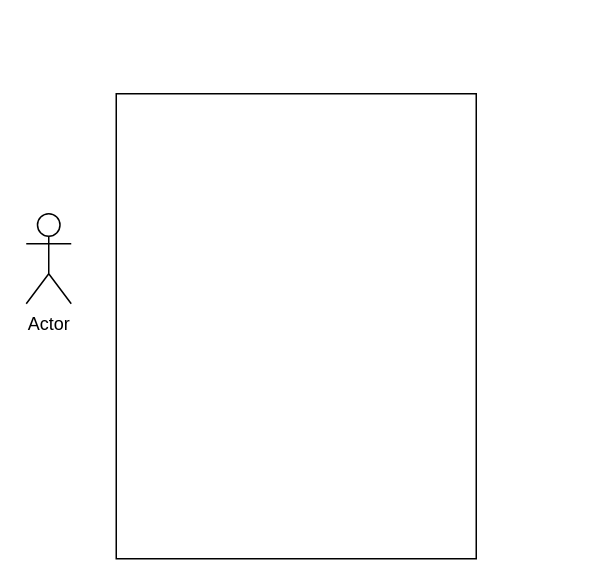
The draw.io diagram Untitled Diagram.drawio in CHUN983/nuk_assembly_project, before the edit. Source tidied: cells renumbered, new cells numbered last; positions are measured from the earlier drawing's top-left corner, leaving out a move shared by most shapes. Both pictures are drawn from the tidied source at 150%, with x=0, y=0 at pixel (26, 93).
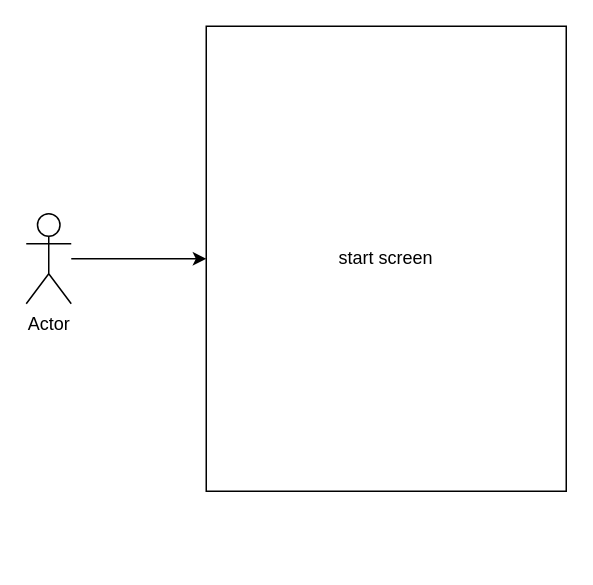
The same page after the edit.

What changed in the source:
```diff
@@
 <mxGraphModel>
   <root>
     <mxCell id="0" />
     <mxCell id="1" parent="0" />
+    <mxCell id="4" style="edgeStyle=orthogonalEdgeStyle;rounded=0;jettySize=auto;html=1;entryX=0;entryY=0.5;entryDx=0;entryDy=0;" parent="1" edge="1" source="2" target="3">
+      <mxGeometry relative="1" as="geometry" />
+    </mxCell>
     <mxCell id="2" value="Actor" style="shape=umlActor;verticalLabelPosition=bottom;verticalAlign=top;html=1;outlineConnect=0;" parent="1" vertex="1">
       <mxGeometry y="80" width="30" height="60" as="geometry" />
     </mxCell>
-    <mxCell id="3" style="rounded=0;whiteSpace=wrap;html=1;" parent="1" vertex="1">
-      <mxGeometry x="60" width="240" height="310" as="geometry" />
+    <mxCell id="3" value="start screen" style="rounded=0;whiteSpace=wrap;html=1;" parent="1" vertex="1">
+      <mxGeometry x="120" y="-45" width="240" height="310" as="geometry" />
     </mxCell>
   </root>
 </mxGraphModel>
```
